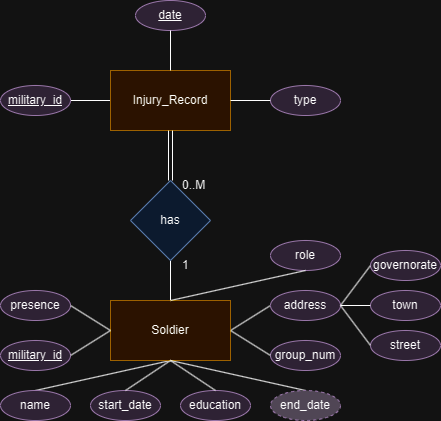
Above: documentation/MUP ERD.drawio.png in Khalid-Tarek/MUP (draw.io), before the change. Source tidied: cells renumbered, new cells last; positions are measured from the earlier drawing's top-left corner, leaving out a move shared by most shapes.
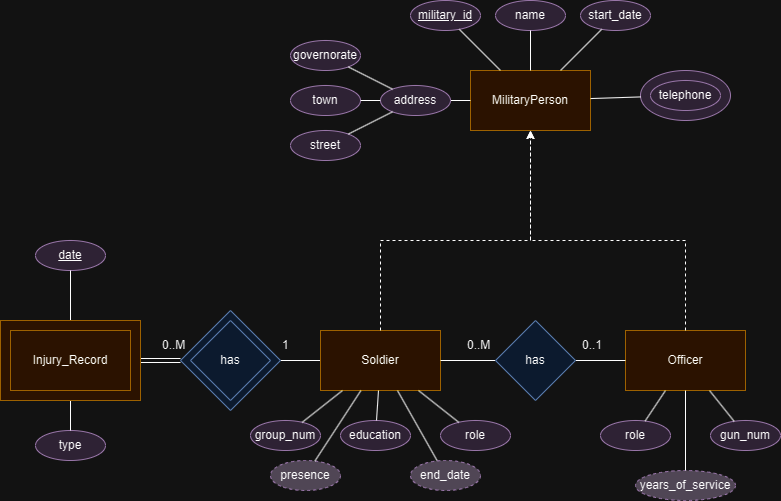
Later version of the same file.

Diff of the diagram source:
```diff
@@ -2,119 +2,195 @@
   <root>
     <mxCell id="0" />
     <mxCell id="1" parent="0" />
-    <mxCell id="2" style="rounded=0;jettySize=auto;html=1;exitX=0.5;exitY=1;exitDx=0;exitDy=0;entryX=0.5;entryY=0;entryDx=0;entryDy=0;endArrow=none;endFill=0;" parent="1" edge="1" source="5" target="7">
-      <mxGeometry relative="1" as="geometry" />
-    </mxCell>
-    <mxCell id="3" style="rounded=0;jettySize=auto;html=1;exitX=1;exitY=0.5;exitDx=0;exitDy=0;entryX=0;entryY=0.5;entryDx=0;entryDy=0;endArrow=none;endFill=0;" parent="1" edge="1" source="5" target="11">
-      <mxGeometry relative="1" as="geometry" />
-    </mxCell>
-    <mxCell id="4" style="rounded=0;jettySize=auto;html=1;exitX=0.5;exitY=0;exitDx=0;exitDy=0;entryX=0.5;entryY=1;entryDx=0;entryDy=0;endArrow=none;endFill=0;" parent="1" edge="1" source="5" target="32">
+    <mxCell id="4" style="rounded=0;jettySize=auto;html=1;endArrow=none;endFill=0;" parent="1" edge="1" source="5" target="49">
       <mxGeometry relative="1" as="geometry" />
     </mxCell>
     <mxCell id="5" value="Soldier" style="whiteSpace=wrap;html=1;fillColor=#ffe6cc;strokeColor=#d79b00;" parent="1" vertex="1">
-      <mxGeometry x="110" y="300" width="120" height="60" as="geometry" />
+      <mxGeometry x="145" y="190" width="120" height="60" as="geometry" />
     </mxCell>
-    <mxCell id="6" value="&lt;u&gt;military_id&lt;/u&gt;" style="ellipse;whiteSpace=wrap;html=1;fillColor=#e1d5e7;strokeColor=#9673a6;" parent="1" vertex="1">
-      <mxGeometry y="340" width="70" height="30" as="geometry" />
-    </mxCell>
-    <mxCell id="7" value="name" style="ellipse;whiteSpace=wrap;html=1;fillColor=#e1d5e7;strokeColor=#9673a6;" parent="1" vertex="1">
-      <mxGeometry y="390" width="70" height="30" as="geometry" />
-    </mxCell>
-    <mxCell id="8" value="start_date" style="ellipse;whiteSpace=wrap;html=1;fillColor=#e1d5e7;strokeColor=#9673a6;" parent="1" vertex="1">
-      <mxGeometry x="90" y="390" width="70" height="30" as="geometry" />
-    </mxCell>
     <mxCell id="9" value="education" style="ellipse;whiteSpace=wrap;html=1;fillColor=#e1d5e7;strokeColor=#9673a6;" parent="1" vertex="1">
-      <mxGeometry x="180" y="390" width="70" height="30" as="geometry" />
+      <mxGeometry x="165" y="280" width="70" height="30" as="geometry" />
     </mxCell>
     <mxCell id="10" value="group_num" style="ellipse;whiteSpace=wrap;html=1;fillColor=#e1d5e7;strokeColor=#9673a6;" parent="1" vertex="1">
-      <mxGeometry x="270" y="340" width="70" height="30" as="geometry" />
+      <mxGeometry x="75" y="280" width="70" height="30" as="geometry" />
     </mxCell>
-    <mxCell id="11" value="address" style="ellipse;whiteSpace=wrap;html=1;fillColor=#e1d5e7;strokeColor=#9673a6;" parent="1" vertex="1">
-      <mxGeometry x="270" y="290" width="70" height="30" as="geometry" />
-    </mxCell>
-    <mxCell id="12" value="governorate" style="ellipse;whiteSpace=wrap;html=1;fillColor=#e1d5e7;strokeColor=#9673a6;" parent="1" vertex="1">
-      <mxGeometry x="370" y="250" width="70" height="30" as="geometry" />
-    </mxCell>
-    <mxCell id="13" value="town" style="ellipse;whiteSpace=wrap;html=1;fillColor=#e1d5e7;strokeColor=#9673a6;" parent="1" vertex="1">
-      <mxGeometry x="370" y="290" width="70" height="30" as="geometry" />
-    </mxCell>
-    <mxCell id="14" value="street" style="ellipse;whiteSpace=wrap;html=1;fillColor=#e1d5e7;strokeColor=#9673a6;" parent="1" vertex="1">
-      <mxGeometry x="370" y="330" width="70" height="30" as="geometry" />
-    </mxCell>
-    <mxCell id="15" style="rounded=0;jettySize=auto;html=1;entryX=0.5;entryY=0;entryDx=0;entryDy=0;endArrow=none;endFill=0;exitX=0.5;exitY=1;exitDx=0;exitDy=0;" parent="1" edge="1" source="5" target="8">
-      <mxGeometry relative="1" as="geometry" />
-    </mxCell>
-    <mxCell id="16" style="rounded=0;jettySize=auto;html=1;exitX=0.5;exitY=1;exitDx=0;exitDy=0;entryX=0.5;entryY=0;entryDx=0;entryDy=0;endArrow=none;endFill=0;" parent="1" edge="1" source="5" target="9">
+    <mxCell id="16" style="rounded=0;jettySize=auto;html=1;endArrow=none;endFill=0;" parent="1" edge="1" source="5" target="9">
       <mxGeometry relative="1" as="geometry" />
     </mxCell>
-    <mxCell id="17" style="rounded=0;jettySize=auto;html=1;entryX=0.5;entryY=0;entryDx=0;entryDy=0;endArrow=none;endFill=0;exitX=0.5;exitY=1;exitDx=0;exitDy=0;" parent="1" edge="1" source="5" target="39">
+    <mxCell id="17" style="rounded=0;jettySize=auto;html=1;endArrow=none;endFill=0;" parent="1" edge="1" source="5" target="39">
       <mxGeometry relative="1" as="geometry" />
     </mxCell>
-    <mxCell id="18" style="rounded=0;jettySize=auto;html=1;exitX=1;exitY=0.5;exitDx=0;exitDy=0;entryX=0;entryY=0.5;entryDx=0;entryDy=0;endArrow=none;endFill=0;" parent="1" edge="1" source="5" target="10">
+    <mxCell id="18" style="rounded=0;jettySize=auto;html=1;endArrow=none;endFill=0;" parent="1" edge="1" source="5" target="10">
       <mxGeometry relative="1" as="geometry" />
     </mxCell>
-    <mxCell id="19" style="rounded=0;jettySize=auto;html=1;exitX=1;exitY=0.5;exitDx=0;exitDy=0;entryX=0;entryY=0.5;entryDx=0;entryDy=0;endArrow=none;endFill=0;" parent="1" edge="1" source="11" target="12">
-      <mxGeometry relative="1" as="geometry" />
-    </mxCell>
-    <mxCell id="20" style="rounded=0;jettySize=auto;html=1;exitX=1;exitY=0.5;exitDx=0;exitDy=0;entryX=0;entryY=0.5;entryDx=0;entryDy=0;endArrow=none;endFill=0;" parent="1" edge="1" source="11" target="13">
-      <mxGeometry relative="1" as="geometry" />
-    </mxCell>
-    <mxCell id="21" style="rounded=0;jettySize=auto;html=1;exitX=1;exitY=0.5;exitDx=0;exitDy=0;entryX=0;entryY=0.5;entryDx=0;entryDy=0;endArrow=none;endFill=0;" parent="1" edge="1" source="11" target="14">
-      <mxGeometry relative="1" as="geometry" />
-    </mxCell>
-    <mxCell id="22" style="rounded=0;jettySize=auto;html=1;exitX=1;exitY=0.5;exitDx=0;exitDy=0;entryX=0;entryY=0.5;entryDx=0;entryDy=0;endArrow=none;endFill=0;" parent="1" edge="1" source="6" target="5">
-      <mxGeometry relative="1" as="geometry" />
-    </mxCell>
-    <mxCell id="23" value="presence" style="ellipse;whiteSpace=wrap;html=1;fillColor=#e1d5e7;strokeColor=#9673a6;" parent="1" vertex="1">
-      <mxGeometry y="290" width="70" height="30" as="geometry" />
+    <mxCell id="23" value="role" style="ellipse;whiteSpace=wrap;html=1;fillColor=#e1d5e7;strokeColor=#9673a6;" parent="1" vertex="1">
+      <mxGeometry x="265" y="280" width="70" height="30" as="geometry" />
     </mxCell>
-    <mxCell id="24" style="rounded=0;jettySize=auto;html=1;exitX=1;exitY=0.5;exitDx=0;exitDy=0;entryX=0;entryY=0.5;entryDx=0;entryDy=0;endArrow=none;endFill=0;" parent="1" edge="1" source="23" target="5">
+    <mxCell id="24" style="rounded=0;jettySize=auto;html=1;endArrow=none;endFill=0;" parent="1" edge="1" source="23" target="5">
       <mxGeometry relative="1" as="geometry" />
     </mxCell>
-    <mxCell id="25" value="role" style="ellipse;whiteSpace=wrap;html=1;fillColor=#e1d5e7;strokeColor=#9673a6;" parent="1" vertex="1">
-      <mxGeometry x="270" y="240" width="70" height="30" as="geometry" />
+    <mxCell id="25" value="presence" style="ellipse;whiteSpace=wrap;html=1;fillColor=#BDB3C2;strokeColor=#9673a6;dashed=1;align=center;verticalAlign=middle;fontFamily=Helvetica;fontSize=12;fontColor=default;" parent="1" vertex="1">
+      <mxGeometry x="95" y="320" width="70" height="30" as="geometry" />
     </mxCell>
-    <mxCell id="26" style="rounded=0;jettySize=auto;html=1;exitX=0.5;exitY=0;exitDx=0;exitDy=0;entryX=0.5;entryY=1;entryDx=0;entryDy=0;endArrow=none;endFill=0;" parent="1" edge="1" source="5" target="25">
+    <mxCell id="26" style="rounded=0;jettySize=auto;html=1;endArrow=none;endFill=0;" parent="1" edge="1" source="5" target="25">
       <mxGeometry relative="1" as="geometry" />
     </mxCell>
-    <mxCell id="27" style="rounded=0;jettySize=auto;html=1;exitX=0;exitY=0.5;exitDx=0;exitDy=0;entryX=1;entryY=0.5;entryDx=0;entryDy=0;endArrow=none;endFill=0;" parent="1" edge="1" source="28" target="30">
-      <mxGeometry relative="1" as="geometry" />
-    </mxCell>
-    <mxCell id="28" value="Injury_Record" style="whiteSpace=wrap;html=1;fillColor=#ffe6cc;strokeColor=#d79b00;" parent="1" vertex="1">
-      <mxGeometry x="110" y="70" width="120" height="60" as="geometry" />
-    </mxCell>
-    <mxCell id="29" style="rounded=0;jettySize=auto;html=1;exitX=0.5;exitY=0;exitDx=0;exitDy=0;entryX=0.5;entryY=1;entryDx=0;entryDy=0;endArrow=none;endFill=0;shape=link;width=4;" parent="1" edge="1" source="32" target="28">
+    <mxCell id="29" style="rounded=0;jettySize=auto;html=1;endArrow=none;endFill=0;shape=link;width=4;" parent="1" edge="1" source="49" target="46">
       <mxGeometry relative="1" as="geometry" />
     </mxCell>
-    <mxCell id="30" value="&lt;u&gt;military_id&lt;/u&gt;" style="ellipse;whiteSpace=wrap;html=1;fillColor=#e1d5e7;strokeColor=#9673a6;" parent="1" vertex="1">
-      <mxGeometry y="85" width="70" height="30" as="geometry" />
-    </mxCell>
-    <mxCell id="31" style="group;" parent="1" vertex="1">
-      <mxGeometry x="130" y="160" width="100" height="130" as="geometry" />
-    </mxCell>
-    <mxCell id="32" value="has" style="rhombus;whiteSpace=wrap;html=1;fillColor=#dae8fc;strokeColor=#6c8ebf;" parent="31" vertex="1">
-      <mxGeometry y="20" width="80" height="80" as="geometry" />
-    </mxCell>
-    <mxCell id="33" value="0..M" style="text;html=1;align=left;verticalAlign=middle;strokeColor=none;fillColor=none;" parent="31" vertex="1">
-      <mxGeometry x="50" y="10" width="50" height="30" as="geometry" />
-    </mxCell>
-    <mxCell id="34" value="1" style="text;html=1;align=left;verticalAlign=middle;strokeColor=none;fillColor=none;" parent="31" vertex="1">
-      <mxGeometry x="50" y="90" width="30" height="30" as="geometry" />
-    </mxCell>
     <mxCell id="35" value="&lt;u&gt;date&lt;/u&gt;" style="ellipse;whiteSpace=wrap;html=1;fillColor=#e1d5e7;strokeColor=#9673a6;" parent="1" vertex="1">
-      <mxGeometry x="135" width="70" height="30" as="geometry" />
+      <mxGeometry x="-140" y="100" width="70" height="30" as="geometry" />
     </mxCell>
-    <mxCell id="36" style="rounded=0;jettySize=auto;html=1;exitX=0.5;exitY=0;exitDx=0;exitDy=0;endArrow=none;endFill=0;entryX=0.5;entryY=1;entryDx=0;entryDy=0;" parent="1" edge="1" source="28" target="35">
+    <mxCell id="36" style="rounded=0;jettySize=auto;html=1;endArrow=none;endFill=0;" parent="1" edge="1" source="46" target="35">
       <mxGeometry relative="1" as="geometry" />
     </mxCell>
     <mxCell id="37" value="type" style="ellipse;whiteSpace=wrap;html=1;fillColor=#e1d5e7;strokeColor=#9673a6;" parent="1" vertex="1">
-      <mxGeometry x="270" y="85" width="70" height="30" as="geometry" />
+      <mxGeometry x="-140" y="290" width="70" height="30" as="geometry" />
     </mxCell>
-    <mxCell id="38" style="rounded=0;jettySize=auto;html=1;exitX=0;exitY=0.5;exitDx=0;exitDy=0;endArrow=none;endFill=0;entryX=1;entryY=0.5;entryDx=0;entryDy=0;" parent="1" edge="1" source="37" target="28">
+    <mxCell id="38" style="rounded=0;jettySize=auto;html=1;endArrow=none;endFill=0;" parent="1" edge="1" source="37" target="46">
       <mxGeometry relative="1" as="geometry" />
     </mxCell>
     <mxCell id="39" value="end_date" style="ellipse;whiteSpace=wrap;html=1;fillColor=#BDB3C2;strokeColor=#9673a6;dashed=1;" parent="1" vertex="1">
-      <mxGeometry x="270" y="390" width="70" height="30" as="geometry" />
+      <mxGeometry x="235" y="320" width="70" height="30" as="geometry" />
     </mxCell>
+    <mxCell id="40" value="Officer" style="whiteSpace=wrap;html=1;fillColor=#ffe6cc;strokeColor=#d79b00;" parent="1" vertex="1">
+      <mxGeometry x="450" y="190" width="120" height="60" as="geometry" />
+    </mxCell>
+    <mxCell id="41" style="rounded=0;jettySize=auto;html=1;endArrow=none;endFill=0;" parent="1" edge="1" source="5" target="63">
+      <mxGeometry relative="1" as="geometry" />
+    </mxCell>
+    <mxCell id="42" style="rounded=0;jettySize=auto;html=1;endArrow=none;endFill=0;" parent="1" edge="1" source="63" target="40">
+      <mxGeometry relative="1" as="geometry" />
+    </mxCell>
+    <mxCell id="43" value="role" style="ellipse;whiteSpace=wrap;html=1;fillColor=#e1d5e7;strokeColor=#9673a6;" parent="1" vertex="1">
+      <mxGeometry x="425" y="280" width="70" height="30" as="geometry" />
+    </mxCell>
+    <mxCell id="44" style="rounded=0;jettySize=auto;html=1;endArrow=none;endFill=0;" parent="1" edge="1" source="40" target="43">
+      <mxGeometry relative="1" as="geometry" />
+    </mxCell>
+    <mxCell id="45" style="group;" parent="1" vertex="1">
+      <mxGeometry x="-175" y="180" width="140" height="80" as="geometry" />
+    </mxCell>
+    <mxCell id="46" style="whiteSpace=wrap;html=1;fillColor=#ffe6cc;strokeColor=#d79b00;rounded=0;glass=0;shadow=0;textShadow=0;gradientColor=none;" parent="45" vertex="1">
+      <mxGeometry width="140" height="80" as="geometry" />
+    </mxCell>
+    <mxCell id="28" value="Injury_Record" style="whiteSpace=wrap;html=1;fillColor=#ffe6cc;strokeColor=#d79b00;rounded=0;glass=0;shadow=0;textShadow=0;gradientColor=none;" parent="45" vertex="1">
+      <mxGeometry x="10" y="10" width="120" height="60" as="geometry" />
+    </mxCell>
+    <mxCell id="47" style="group;" parent="1" vertex="1">
+      <mxGeometry x="5" y="160" width="110" height="120" as="geometry" />
+    </mxCell>
+    <mxCell id="48" style="group;" parent="47" vertex="1">
+      <mxGeometry y="10" width="100" height="110" as="geometry" />
+    </mxCell>
+    <mxCell id="49" style="rhombus;whiteSpace=wrap;html=1;fillColor=#dae8fc;strokeColor=#6c8ebf;" parent="48" vertex="1">
+      <mxGeometry width="100" height="100" as="geometry" />
+    </mxCell>
+    <mxCell id="32" value="has" style="rhombus;whiteSpace=wrap;html=1;fillColor=#dae8fc;strokeColor=#6c8ebf;" parent="48" vertex="1">
+      <mxGeometry x="10" y="10" width="80" height="80" as="geometry" />
+    </mxCell>
+    <mxCell id="33" value="0..M" style="text;html=1;align=left;verticalAlign=middle;strokeColor=none;fillColor=none;" parent="48" vertex="1">
+      <mxGeometry x="-20" y="20" width="50" height="30" as="geometry" />
+    </mxCell>
+    <mxCell id="50" value="MilitaryPerson" style="whiteSpace=wrap;html=1;fillColor=#ffe6cc;strokeColor=#d79b00;" parent="1" vertex="1">
+      <mxGeometry x="295" y="-70" width="120" height="60" as="geometry" />
+    </mxCell>
+    <mxCell id="51" value="&lt;u&gt;military_id&lt;/u&gt;" style="ellipse;whiteSpace=wrap;html=1;fillColor=#e1d5e7;strokeColor=#9673a6;" parent="1" vertex="1">
+      <mxGeometry x="235" y="-140" width="70" height="30" as="geometry" />
+    </mxCell>
+    <mxCell id="7" value="name" style="ellipse;whiteSpace=wrap;html=1;fillColor=#e1d5e7;strokeColor=#9673a6;" parent="1" vertex="1">
+      <mxGeometry x="320" y="-140" width="70" height="30" as="geometry" />
+    </mxCell>
+    <mxCell id="8" value="start_date" style="ellipse;whiteSpace=wrap;html=1;fillColor=#e1d5e7;strokeColor=#9673a6;" parent="1" vertex="1">
+      <mxGeometry x="405" y="-140" width="70" height="30" as="geometry" />
+    </mxCell>
+    <mxCell id="52" style="rounded=0;jettySize=auto;html=1;endArrow=none;endFill=0;" parent="1" edge="1" source="50" target="51">
+      <mxGeometry relative="1" as="geometry" />
+    </mxCell>
+    <mxCell id="53" style="rounded=0;jettySize=auto;html=1;endArrow=none;endFill=0;" parent="1" edge="1" source="50" target="7">
+      <mxGeometry relative="1" as="geometry" />
+    </mxCell>
+    <mxCell id="54" style="rounded=0;jettySize=auto;html=1;endArrow=none;endFill=0;" parent="1" edge="1" source="50" target="8">
+      <mxGeometry relative="1" as="geometry" />
+    </mxCell>
+    <mxCell id="55" style="rounded=0;jettySize=auto;html=1;endArrow=none;endFill=0;" parent="1" edge="1" source="50" target="11">
+      <mxGeometry relative="1" as="geometry" />
+    </mxCell>
+    <mxCell id="11" value="address" style="ellipse;whiteSpace=wrap;html=1;fillColor=#e1d5e7;strokeColor=#9673a6;" parent="1" vertex="1">
+      <mxGeometry x="205" y="-55" width="70" height="30" as="geometry" />
+    </mxCell>
+    <mxCell id="12" value="governorate" style="ellipse;whiteSpace=wrap;html=1;fillColor=#e1d5e7;strokeColor=#9673a6;" parent="1" vertex="1">
+      <mxGeometry x="115" y="-100" width="70" height="30" as="geometry" />
+    </mxCell>
+    <mxCell id="13" value="town" style="ellipse;whiteSpace=wrap;html=1;fillColor=#e1d5e7;strokeColor=#9673a6;" parent="1" vertex="1">
+      <mxGeometry x="115" y="-55" width="70" height="30" as="geometry" />
+    </mxCell>
+    <mxCell id="14" value="street" style="ellipse;whiteSpace=wrap;html=1;fillColor=#e1d5e7;strokeColor=#9673a6;" parent="1" vertex="1">
+      <mxGeometry x="115" y="-10" width="70" height="30" as="geometry" />
+    </mxCell>
+    <mxCell id="19" style="rounded=0;jettySize=auto;html=1;endArrow=none;endFill=0;" parent="1" edge="1" source="11" target="12">
+      <mxGeometry relative="1" as="geometry" />
+    </mxCell>
+    <mxCell id="20" style="rounded=0;jettySize=auto;html=1;endArrow=none;endFill=0;" parent="1" edge="1" source="11" target="13">
+      <mxGeometry relative="1" as="geometry" />
+    </mxCell>
+    <mxCell id="21" style="rounded=0;jettySize=auto;html=1;endArrow=none;endFill=0;" parent="1" edge="1" source="11" target="14">
+      <mxGeometry relative="1" as="geometry" />
+    </mxCell>
+    <mxCell id="56" style="group;" parent="1" vertex="1">
+      <mxGeometry x="465" y="-70" width="90" height="50" as="geometry" />
+    </mxCell>
+    <mxCell id="57" style="ellipse;whiteSpace=wrap;html=1;fillColor=#e1d5e7;strokeColor=#9673a6;" parent="56" vertex="1">
+      <mxGeometry width="90" height="50" as="geometry" />
+    </mxCell>
+    <mxCell id="58" value="telephone" style="ellipse;whiteSpace=wrap;html=1;fillColor=#e1d5e7;strokeColor=#9673a6;" parent="56" vertex="1">
+      <mxGeometry x="10" y="10" width="70" height="30" as="geometry" />
+    </mxCell>
+    <mxCell id="59" style="rounded=0;jettySize=auto;html=1;endArrow=none;endFill=0;" parent="1" edge="1" source="57" target="50">
+      <mxGeometry relative="1" as="geometry" />
+    </mxCell>
+    <mxCell id="34" value="1" style="text;html=1;align=left;verticalAlign=middle;strokeColor=none;fillColor=none;" parent="1" vertex="1">
+      <mxGeometry x="105" y="190" width="30" height="30" as="geometry" />
+    </mxCell>
+    <mxCell id="60" style="group;" parent="1" vertex="1">
+      <mxGeometry x="290" y="180" width="155" height="80" as="geometry" />
+    </mxCell>
+    <mxCell id="61" value="0..1" style="text;html=1;align=left;verticalAlign=middle;strokeColor=none;fillColor=none;" parent="60" vertex="1">
+      <mxGeometry x="115" y="10" width="40" height="30" as="geometry" />
+    </mxCell>
+    <mxCell id="62" value="0..M" style="text;html=1;align=left;verticalAlign=middle;strokeColor=none;fillColor=none;" parent="60" vertex="1">
+      <mxGeometry y="10" width="50" height="30" as="geometry" />
+    </mxCell>
+    <mxCell id="63" value="has" style="rhombus;whiteSpace=wrap;html=1;fillColor=#dae8fc;strokeColor=#6c8ebf;" parent="60" vertex="1">
+      <mxGeometry x="30" width="80" height="80" as="geometry" />
+    </mxCell>
+    <mxCell id="64" style="endArrow=classic;html=1;rounded=0;edgeStyle=orthogonalEdgeStyle;dashed=1;entryX=0.5;entryY=1;entryDx=0;entryDy=0;" parent="1" edge="1" source="5" target="50">
+      <mxGeometry relative="1" as="geometry">
+        <Array as="points">
+          <mxPoint x="205" y="100" />
+          <mxPoint x="355" y="100" />
+        </Array>
+      </mxGeometry>
+    </mxCell>
+    <mxCell id="65" style="endArrow=classic;html=1;rounded=0;edgeStyle=orthogonalEdgeStyle;dashed=1;exitX=0.5;exitY=0;exitDx=0;exitDy=0;entryX=0.5;entryY=1;entryDx=0;entryDy=0;" parent="1" edge="1" source="40" target="50">
+      <mxGeometry relative="1" as="geometry">
+        <Array as="points">
+          <mxPoint x="510" y="100" />
+          <mxPoint x="355" y="100" />
+        </Array>
+      </mxGeometry>
+    </mxCell>
+    <mxCell id="66" value="gun_num" style="ellipse;whiteSpace=wrap;html=1;fillColor=#e1d5e7;strokeColor=#9673a6;" parent="1" vertex="1">
+      <mxGeometry x="535" y="280" width="70" height="30" as="geometry" />
+    </mxCell>
+    <mxCell id="67" style="rounded=0;jettySize=auto;html=1;endArrow=none;endFill=0;" parent="1" edge="1" source="40" target="66">
+      <mxGeometry relative="1" as="geometry" />
+    </mxCell>
+    <mxCell id="68" value="years_of_service" style="ellipse;whiteSpace=wrap;html=1;fillColor=#BDB3C2;strokeColor=#9673a6;dashed=1;" parent="1" vertex="1">
+      <mxGeometry x="460" y="330" width="100" height="30" as="geometry" />
+    </mxCell>
+    <mxCell id="69" style="rounded=0;jettySize=auto;html=1;endArrow=none;endFill=0;" parent="1" edge="1" source="40" target="68">
+      <mxGeometry relative="1" as="geometry" />
+    </mxCell>
   </root>
 </mxGraphModel>
```
